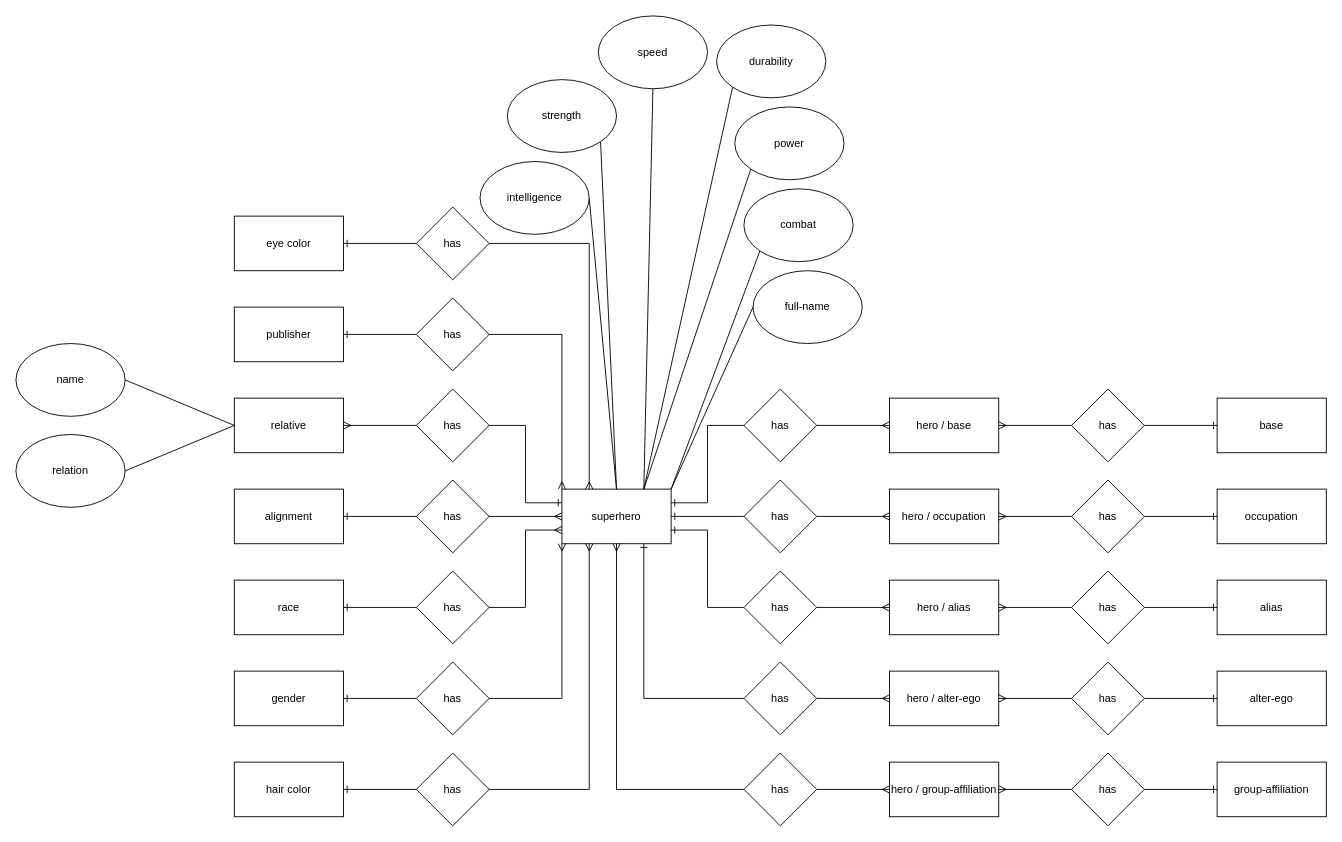
Earlier version of the draw.io diagram page "IA1" (1 of 2) of ERD.drawio (DamoM73/2022-IA2). Source tidied: cells renumbered, new cells numbered last; positions are measured from the earlier drawing's top-left corner, leaving out a move shared by most shapes. Both pictures are drawn from the tidied source at 91%, with x=0, y=0 at pixel (15, 15).
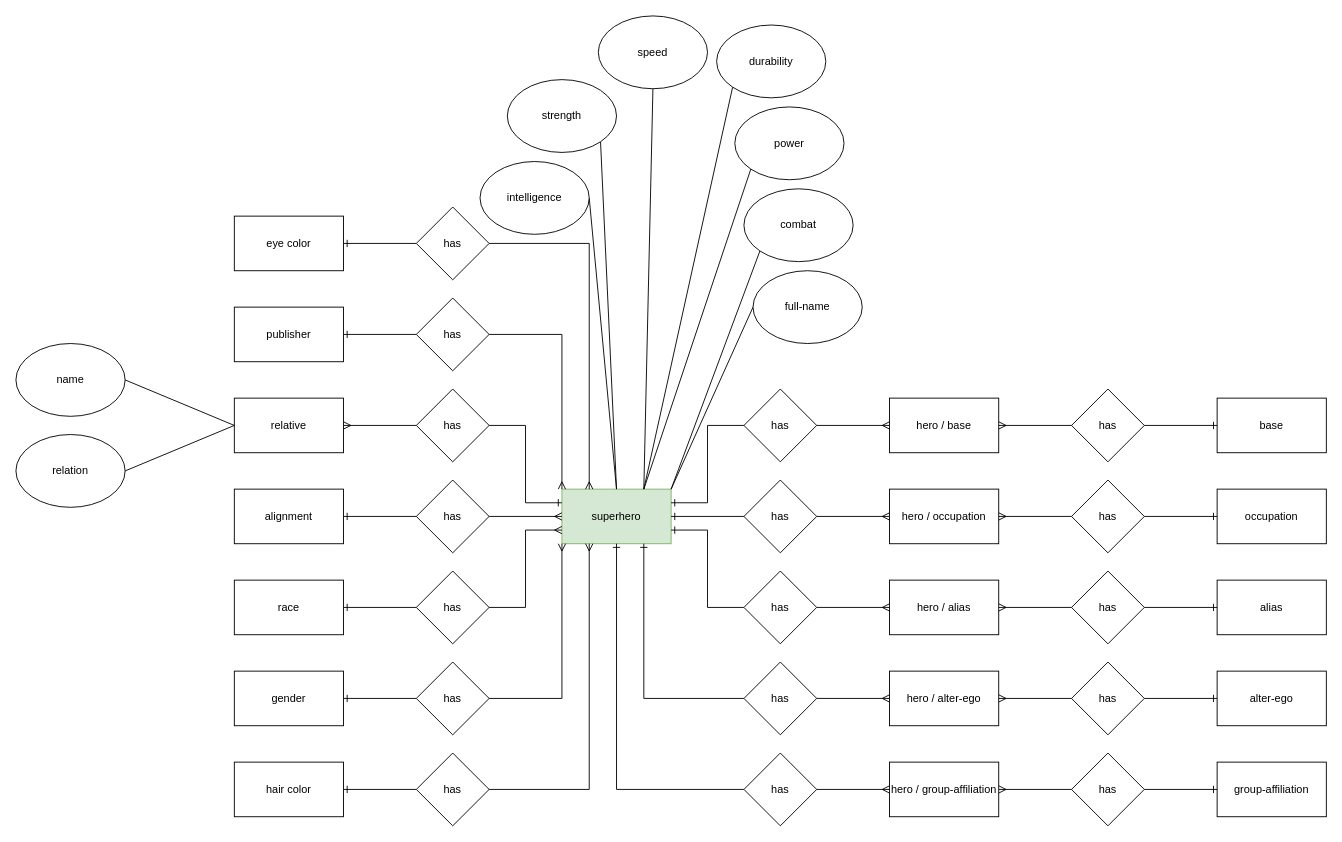
The same diagram, later.

Unchanged cells that the change refers to:
```xml
<mxCell id="27" value="has" style="rhombus;whiteSpace=wrap;html=1;" parent="25" vertex="1">
  <mxGeometry width="80" height="80" as="geometry" />
</mxCell>
```

The edit, as a diff of the source:
```diff
@@
-    <mxCell id="2" value="superhero" style="rounded=0;whiteSpace=wrap;html=1;" parent="1" vertex="1">
+    <mxCell id="2" value="superhero" style="rounded=0;whiteSpace=wrap;html=1;fillColor=#d5e8d4;strokeColor=#82b366;" parent="1" vertex="1">
       <mxGeometry x="600" y="520" width="120" height="60" as="geometry" />
     </mxCell>
@@
-    <mxCell id="7" style="edgeStyle=orthogonalEdgeStyle;rounded=0;jettySize=auto;html=1;exitX=0;exitY=0.5;exitDx=0;exitDy=0;entryX=0.5;entryY=1;entryDx=0;entryDy=0;endArrow=ERmany;endFill=0;" parent="1" edge="1" source="27" target="2">
+    <mxCell id="7" style="edgeStyle=orthogonalEdgeStyle;rounded=0;jettySize=auto;html=1;exitX=0;exitY=0.5;exitDx=0;exitDy=0;entryX=0.5;entryY=1;entryDx=0;entryDy=0;endArrow=ERone;endFill=0;" parent="1" edge="1" source="27" target="2">
       <mxGeometry relative="1" as="geometry" />
     </mxCell>
```
